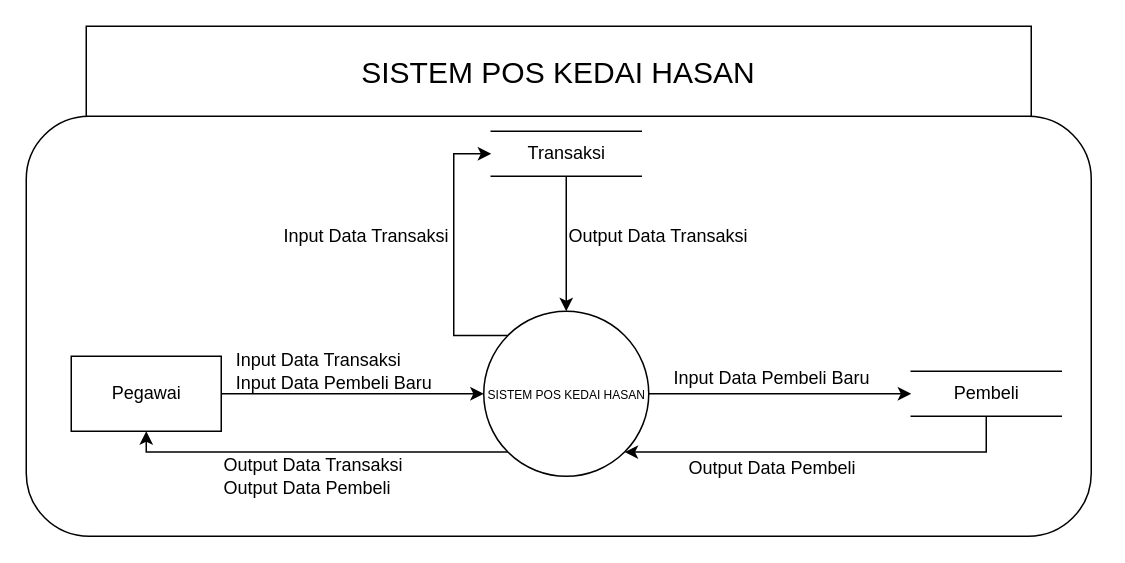
This is Untitled Diagram.drawio from hanggaa/Diagram, a draw.io file, before an edit. Source tidied: cells renumbered, new cells numbered last; positions are measured from the earlier drawing's top-left corner, leaving out a move shared by most shapes. Both pictures are drawn from the tidied source at 150%, with x=0, y=0 at pixel (26, 26).
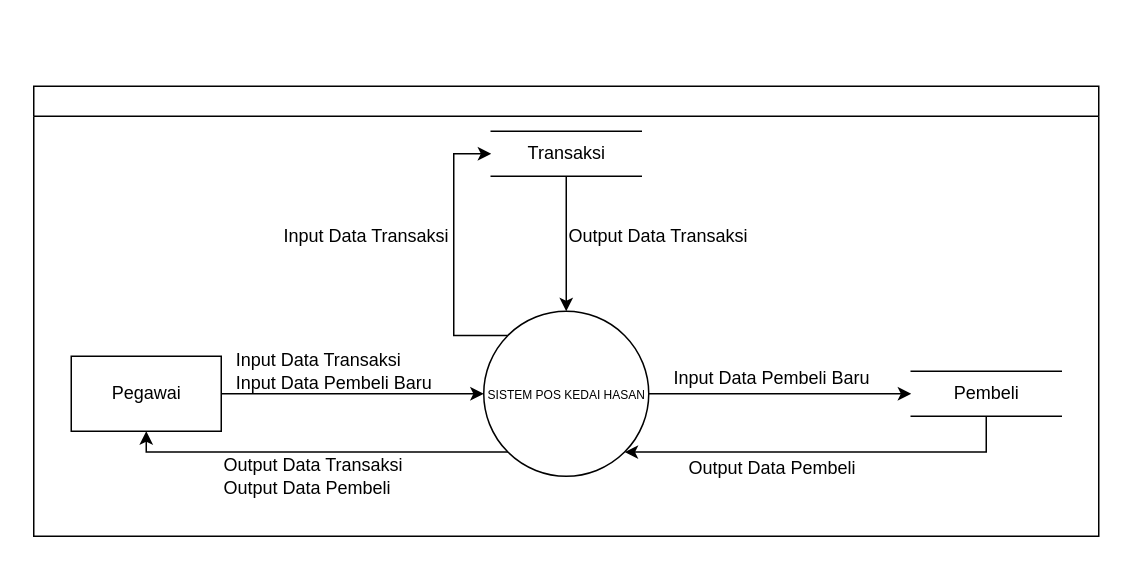
Above is the later version.

The edit, as a diff of the source:
```diff
@@
-    <mxCell id="2" style="rounded=1;whiteSpace=wrap;html=1;fontSize=12;" parent="1" vertex="1">
-      <mxGeometry y="60" width="710" height="280" as="geometry" />
-    </mxCell>
+    <mxCell id="20" style="swimlane;fontStyle=0;horizontal=1;startSize=20;fillColor=#ffffff;swimlaneFillColor=#ffffff;fontSize=20;" parent="1" vertex="1">
+      <mxGeometry x="5" y="40" width="710" height="300" as="geometry" />
+    </mxCell>
@@
-    <mxCell id="19" value="&lt;font style=&quot;font-size: 20px;&quot;&gt;SISTEM POS KEDAI HASAN&lt;/font&gt;" style="rounded=0;whiteSpace=wrap;html=1;fontSize=12;" parent="1" vertex="1">
-      <mxGeometry x="40" width="630" height="60" as="geometry" />
-    </mxCell>
```
